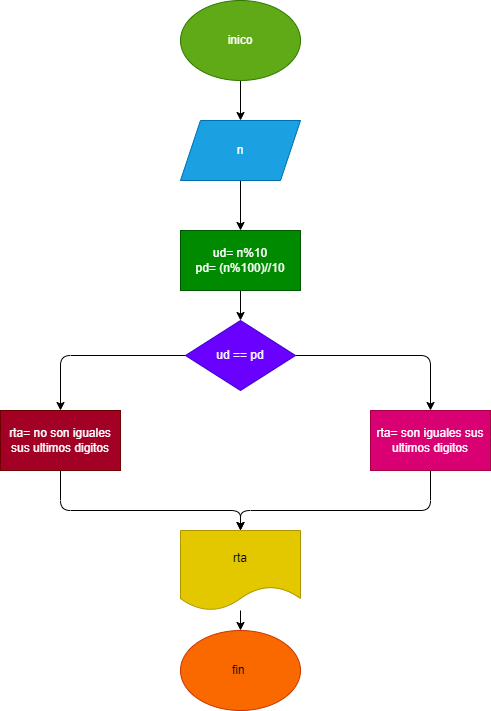
The draw.io diagram diagrama.png in jhonalexander1606/ultimos_digitos_iguales, before a commit. Source tidied: cells renumbered, new cells last; positions are measured from the earlier drawing's top-left corner, leaving out a move shared by most shapes. Its diagram source:
```xml
<mxGraphModel>
  <root>
    <mxCell id="0" />
    <mxCell id="1" parent="0" />
    <mxCell id="2" style="edgeStyle=none;html=1;" parent="1" edge="1" source="3" target="5">
      <mxGeometry relative="1" as="geometry" />
    </mxCell>
    <mxCell id="3" value="inico" style="ellipse;whiteSpace=wrap;html=1;fillColor=#60a917;fontColor=#ffffff;strokeColor=#2D7600;" parent="1" vertex="1">
      <mxGeometry x="180" width="120" height="80" as="geometry" />
    </mxCell>
    <mxCell id="4" style="edgeStyle=none;html=1;" parent="1" edge="1" source="5" target="7">
      <mxGeometry relative="1" as="geometry" />
    </mxCell>
    <mxCell id="5" value="n" style="shape=parallelogram;perimeter=parallelogramPerimeter;whiteSpace=wrap;html=1;fixedSize=1;fillColor=#1ba1e2;fontColor=#ffffff;strokeColor=#006EAF;" parent="1" vertex="1">
      <mxGeometry x="180" y="120" width="120" height="60" as="geometry" />
    </mxCell>
    <mxCell id="6" style="edgeStyle=none;html=1;" parent="1" edge="1" source="7" target="10">
      <mxGeometry relative="1" as="geometry" />
    </mxCell>
    <mxCell id="7" value="ud= n%10&lt;br&gt;pd= (n%100)//10" style="rounded=0;whiteSpace=wrap;html=1;fillColor=#008a00;fontColor=#ffffff;strokeColor=#005700;" parent="1" vertex="1">
      <mxGeometry x="180" y="230" width="120" height="60" as="geometry" />
    </mxCell>
    <mxCell id="8" style="edgeStyle=none;html=1;entryX=0.5;entryY=0;entryDx=0;entryDy=0;" parent="1" edge="1" source="10" target="12">
      <mxGeometry relative="1" as="geometry">
        <Array as="points">
          <mxPoint x="60" y="355" />
        </Array>
      </mxGeometry>
    </mxCell>
    <mxCell id="9" style="edgeStyle=none;html=1;entryX=0.5;entryY=0;entryDx=0;entryDy=0;" parent="1" edge="1" source="10" target="14">
      <mxGeometry relative="1" as="geometry">
        <Array as="points">
          <mxPoint x="430" y="355" />
        </Array>
      </mxGeometry>
    </mxCell>
    <mxCell id="10" value="ud == pd" style="rhombus;whiteSpace=wrap;html=1;rounded=0;fillColor=#6a00ff;fontColor=#ffffff;strokeColor=#3700CC;" parent="1" vertex="1">
      <mxGeometry x="185" y="320" width="110" height="70" as="geometry" />
    </mxCell>
    <mxCell id="11" style="edgeStyle=none;html=1;entryX=0.5;entryY=0;entryDx=0;entryDy=0;" parent="1" edge="1" source="12" target="16">
      <mxGeometry relative="1" as="geometry">
        <Array as="points">
          <mxPoint x="60" y="510" />
          <mxPoint x="240" y="510" />
        </Array>
      </mxGeometry>
    </mxCell>
    <mxCell id="12" value="rta= no son iguales sus ultimos digitos" style="rounded=0;whiteSpace=wrap;html=1;fillColor=#a20025;fontColor=#ffffff;strokeColor=#6F0000;" parent="1" vertex="1">
      <mxGeometry y="410" width="120" height="60" as="geometry" />
    </mxCell>
    <mxCell id="13" style="edgeStyle=none;html=1;entryX=0.5;entryY=0;entryDx=0;entryDy=0;" parent="1" edge="1" source="14" target="16">
      <mxGeometry relative="1" as="geometry">
        <Array as="points">
          <mxPoint x="430" y="510" />
          <mxPoint x="240" y="510" />
        </Array>
      </mxGeometry>
    </mxCell>
    <mxCell id="14" value="rta= son iguales sus ultimos digitos" style="rounded=0;whiteSpace=wrap;html=1;fillColor=#d80073;fontColor=#ffffff;strokeColor=#A50040;" parent="1" vertex="1">
      <mxGeometry x="370" y="410" width="120" height="60" as="geometry" />
    </mxCell>
    <mxCell id="15" style="edgeStyle=none;html=1;" parent="1" edge="1" source="16" target="17">
      <mxGeometry relative="1" as="geometry" />
    </mxCell>
    <mxCell id="16" value="rta" style="shape=document;whiteSpace=wrap;html=1;boundedLbl=1;fillColor=#e3c800;fontColor=#000000;strokeColor=#B09500;" parent="1" vertex="1">
      <mxGeometry x="180" y="530" width="120" height="80" as="geometry" />
    </mxCell>
    <mxCell id="17" value="fin&amp;nbsp;" style="ellipse;whiteSpace=wrap;html=1;fillColor=#fa6800;fontColor=#000000;strokeColor=#C73500;" parent="1" vertex="1">
      <mxGeometry x="180" y="630" width="120" height="80" as="geometry" />
    </mxCell>
  </root>
</mxGraphModel>
```
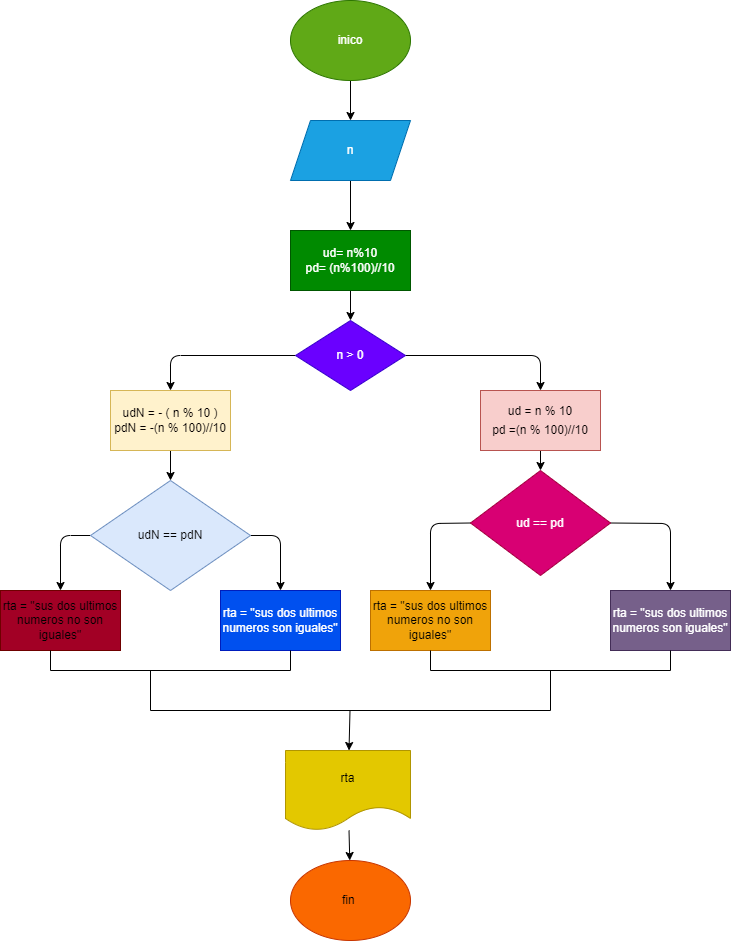
Later version of the same file.

Change to the diagram source:
```diff
@@ -20,53 +20,101 @@
     <mxCell id="7" value="ud= n%10&lt;br&gt;pd= (n%100)//10" style="rounded=0;whiteSpace=wrap;html=1;fillColor=#008a00;fontColor=#ffffff;strokeColor=#005700;" parent="1" vertex="1">
       <mxGeometry x="180" y="230" width="120" height="60" as="geometry" />
     </mxCell>
-    <mxCell id="8" style="edgeStyle=none;html=1;entryX=0.5;entryY=0;entryDx=0;entryDy=0;" parent="1" edge="1" source="10" target="12">
+    <mxCell id="8" style="edgeStyle=none;html=1;" parent="1" edge="1" source="10" target="31">
       <mxGeometry relative="1" as="geometry">
         <Array as="points">
           <mxPoint x="60" y="355" />
         </Array>
       </mxGeometry>
     </mxCell>
-    <mxCell id="9" style="edgeStyle=none;html=1;entryX=0.5;entryY=0;entryDx=0;entryDy=0;" parent="1" edge="1" source="10" target="14">
+    <mxCell id="9" style="edgeStyle=none;html=1;" parent="1" edge="1" source="10" target="29">
       <mxGeometry relative="1" as="geometry">
         <Array as="points">
           <mxPoint x="430" y="355" />
         </Array>
       </mxGeometry>
     </mxCell>
-    <mxCell id="10" value="ud == pd" style="rhombus;whiteSpace=wrap;html=1;rounded=0;fillColor=#6a00ff;fontColor=#ffffff;strokeColor=#3700CC;" parent="1" vertex="1">
+    <mxCell id="10" value="n &amp;gt; 0" style="rhombus;whiteSpace=wrap;html=1;rounded=0;fillColor=#6a00ff;fontColor=#ffffff;strokeColor=#3700CC;" parent="1" vertex="1">
       <mxGeometry x="185" y="320" width="110" height="70" as="geometry" />
     </mxCell>
-    <mxCell id="11" style="edgeStyle=none;html=1;entryX=0.5;entryY=0;entryDx=0;entryDy=0;" parent="1" edge="1" source="12" target="16">
-      <mxGeometry relative="1" as="geometry">
-        <Array as="points">
-          <mxPoint x="60" y="510" />
-          <mxPoint x="240" y="510" />
-        </Array>
-      </mxGeometry>
-    </mxCell>
-    <mxCell id="12" value="rta= no son iguales sus ultimos digitos" style="rounded=0;whiteSpace=wrap;html=1;fillColor=#a20025;fontColor=#ffffff;strokeColor=#6F0000;" parent="1" vertex="1">
-      <mxGeometry y="410" width="120" height="60" as="geometry" />
-    </mxCell>
-    <mxCell id="13" style="edgeStyle=none;html=1;entryX=0.5;entryY=0;entryDx=0;entryDy=0;" parent="1" edge="1" source="14" target="16">
-      <mxGeometry relative="1" as="geometry">
-        <Array as="points">
-          <mxPoint x="430" y="510" />
-          <mxPoint x="240" y="510" />
-        </Array>
-      </mxGeometry>
-    </mxCell>
-    <mxCell id="14" value="rta= son iguales sus ultimos digitos" style="rounded=0;whiteSpace=wrap;html=1;fillColor=#d80073;fontColor=#ffffff;strokeColor=#A50040;" parent="1" vertex="1">
-      <mxGeometry x="370" y="410" width="120" height="60" as="geometry" />
-    </mxCell>
     <mxCell id="15" style="edgeStyle=none;html=1;" parent="1" edge="1" source="16" target="17">
       <mxGeometry relative="1" as="geometry" />
     </mxCell>
     <mxCell id="16" value="rta" style="shape=document;whiteSpace=wrap;html=1;boundedLbl=1;fillColor=#e3c800;fontColor=#000000;strokeColor=#B09500;" parent="1" vertex="1">
-      <mxGeometry x="180" y="530" width="120" height="80" as="geometry" />
+      <mxGeometry x="175" y="750" width="125" height="80" as="geometry" />
     </mxCell>
     <mxCell id="17" value="fin&amp;nbsp;" style="ellipse;whiteSpace=wrap;html=1;fillColor=#fa6800;fontColor=#000000;strokeColor=#C73500;" parent="1" vertex="1">
-      <mxGeometry x="180" y="630" width="120" height="80" as="geometry" />
+      <mxGeometry x="180" y="860" width="120" height="80" as="geometry" />
     </mxCell>
+    <mxCell id="18" style="edgeStyle=none;html=1;entryX=0.5;entryY=0;entryDx=0;entryDy=0;exitX=0;exitY=0.5;exitDx=0;exitDy=0;" parent="1" edge="1" source="20" target="21">
+      <mxGeometry relative="1" as="geometry">
+        <Array as="points">
+          <mxPoint x="320" y="523" />
+        </Array>
+      </mxGeometry>
+    </mxCell>
+    <mxCell id="19" style="edgeStyle=none;html=1;entryX=0.5;entryY=0;entryDx=0;entryDy=0;exitX=1;exitY=0.5;exitDx=0;exitDy=0;" parent="1" edge="1" source="20" target="22">
+      <mxGeometry relative="1" as="geometry">
+        <Array as="points">
+          <mxPoint x="560" y="523" />
+        </Array>
+      </mxGeometry>
+    </mxCell>
+    <mxCell id="20" value="&lt;div style=&quot;line-height: 19px;&quot;&gt;ud == pd&lt;/div&gt;" style="rhombus;whiteSpace=wrap;html=1;fillColor=#d80073;fontColor=#ffffff;strokeColor=#A50040;" parent="1" vertex="1">
+      <mxGeometry x="360" y="470" width="140" height="105" as="geometry" />
+    </mxCell>
+    <mxCell id="21" value="rta = &quot;sus dos ultimos numeros no son iguales&quot;" style="rounded=0;whiteSpace=wrap;html=1;fillColor=#f0a30a;fontColor=#000000;strokeColor=#BD7000;" parent="1" vertex="1">
+      <mxGeometry x="260" y="590" width="120" height="60" as="geometry" />
+    </mxCell>
+    <mxCell id="22" value="rta = &quot;sus dos ultimos numeros son iguales&quot;" style="rounded=0;whiteSpace=wrap;html=1;fillColor=#76608a;fontColor=#ffffff;strokeColor=#432D57;" parent="1" vertex="1">
+      <mxGeometry x="500" y="590" width="120" height="60" as="geometry" />
+    </mxCell>
+    <mxCell id="23" value="&lt;span style=&quot;color: rgb(0, 0, 0);&quot;&gt;rta = &quot;sus dos ultimos numeros no son iguales&quot;&lt;/span&gt;" style="rounded=0;whiteSpace=wrap;html=1;fillColor=#a20025;strokeColor=#6F0000;fontColor=#ffffff;" parent="1" vertex="1">
+      <mxGeometry x="-110" y="590" width="120" height="60" as="geometry" />
+    </mxCell>
+    <mxCell id="24" style="edgeStyle=none;html=1;entryX=0.5;entryY=0;entryDx=0;entryDy=0;fontColor=#050505;exitX=0;exitY=0.5;exitDx=0;exitDy=0;" parent="1" edge="1" source="26" target="23">
+      <mxGeometry relative="1" as="geometry">
+        <Array as="points">
+          <mxPoint x="-50" y="535" />
+        </Array>
+      </mxGeometry>
+    </mxCell>
+    <mxCell id="25" style="edgeStyle=none;html=1;entryX=0.5;entryY=0;entryDx=0;entryDy=0;fontColor=#050505;exitX=1;exitY=0.5;exitDx=0;exitDy=0;" parent="1" edge="1" source="26" target="27">
+      <mxGeometry relative="1" as="geometry">
+        <Array as="points">
+          <mxPoint x="170" y="535" />
+        </Array>
+      </mxGeometry>
+    </mxCell>
+    <mxCell id="26" value="udN == pdN" style="rhombus;whiteSpace=wrap;html=1;fillColor=#dae8fc;strokeColor=#6c8ebf;fontColor=#050505;" parent="1" vertex="1">
+      <mxGeometry x="-20" y="480" width="160" height="110" as="geometry" />
+    </mxCell>
+    <mxCell id="27" value="&lt;span style=&quot;color: rgb(255, 255, 255);&quot;&gt;rta = &quot;sus dos ultimos numeros son iguales&quot;&lt;/span&gt;" style="rounded=0;whiteSpace=wrap;html=1;fontColor=#ffffff;fillColor=#0050ef;strokeColor=#001DBC;" parent="1" vertex="1">
+      <mxGeometry x="110" y="590" width="120" height="60" as="geometry" />
+    </mxCell>
+    <mxCell id="28" style="edgeStyle=none;html=1;fontColor=#050505;" parent="1" edge="1" source="29" target="20">
+      <mxGeometry relative="1" as="geometry" />
+    </mxCell>
+    <mxCell id="29" value="&lt;div style=&quot;line-height: 19px;&quot;&gt;&lt;font&gt;ud = n % 10&lt;/font&gt;&lt;/div&gt;&lt;div style=&quot;line-height: 19px;&quot;&gt;&lt;font&gt;pd =(n % 100)//10&lt;/font&gt;&lt;/div&gt;" style="rounded=0;whiteSpace=wrap;html=1;fillColor=#f8cecc;strokeColor=#b85450;fontColor=#050000;" parent="1" vertex="1">
+      <mxGeometry x="370" y="390" width="120" height="60" as="geometry" />
+    </mxCell>
+    <mxCell id="30" style="edgeStyle=none;html=1;fontColor=#050000;" parent="1" edge="1" source="31" target="26">
+      <mxGeometry relative="1" as="geometry" />
+    </mxCell>
+    <mxCell id="31" value="udN = - ( n % 10 )&#10;pdN = -(n % 100)//10" style="rounded=0;whiteSpace=wrap;fillColor=#fff2cc;strokeColor=#d6b656;fontColor=#050000;" parent="1" vertex="1">
+      <mxGeometry y="390" width="120" height="60" as="geometry" />
+    </mxCell>
+    <mxCell id="32" style="shape=partialRectangle;whiteSpace=wrap;html=1;bottom=1;right=1;left=1;top=0;fillColor=none;routingCenterX=-0.5;fontColor=#050000;" parent="1" vertex="1">
+      <mxGeometry x="-60" y="650" width="240" height="20" as="geometry" />
+    </mxCell>
+    <mxCell id="33" style="shape=partialRectangle;whiteSpace=wrap;html=1;bottom=1;right=1;left=1;top=0;fillColor=none;routingCenterX=-0.5;fontColor=#050000;" parent="1" vertex="1">
+      <mxGeometry x="320" y="650" width="240" height="20" as="geometry" />
+    </mxCell>
+    <mxCell id="34" style="edgeStyle=none;html=1;fontColor=#050000;" parent="1" edge="1" source="35" target="16">
+      <mxGeometry relative="1" as="geometry" />
+    </mxCell>
+    <mxCell id="35" style="shape=partialRectangle;whiteSpace=wrap;html=1;bottom=1;right=1;left=1;top=0;fillColor=none;routingCenterX=-0.5;fontColor=#050000;" parent="1" vertex="1">
+      <mxGeometry x="40" y="670" width="400" height="40" as="geometry" />
+    </mxCell>
   </root>
 </mxGraphModel>
```
